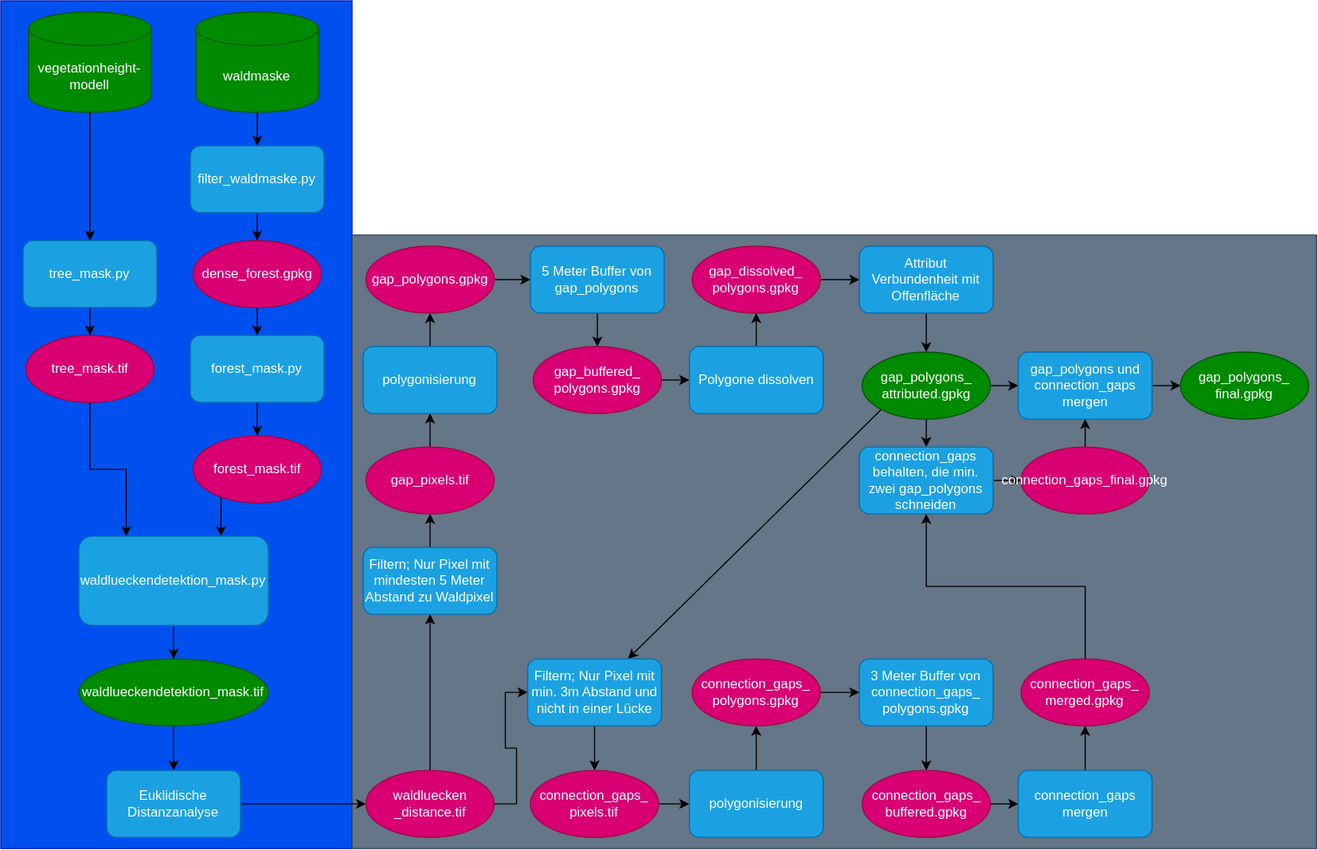
Earlier version of the draw.io export Lueckendetektion_scripts.drawio.svg (liobio72/Lueckendetektion). Source tidied: cells renumbered, new cells last; positions are measured from the earlier drawing's top-left corner, leaving out a move shared by most shapes.
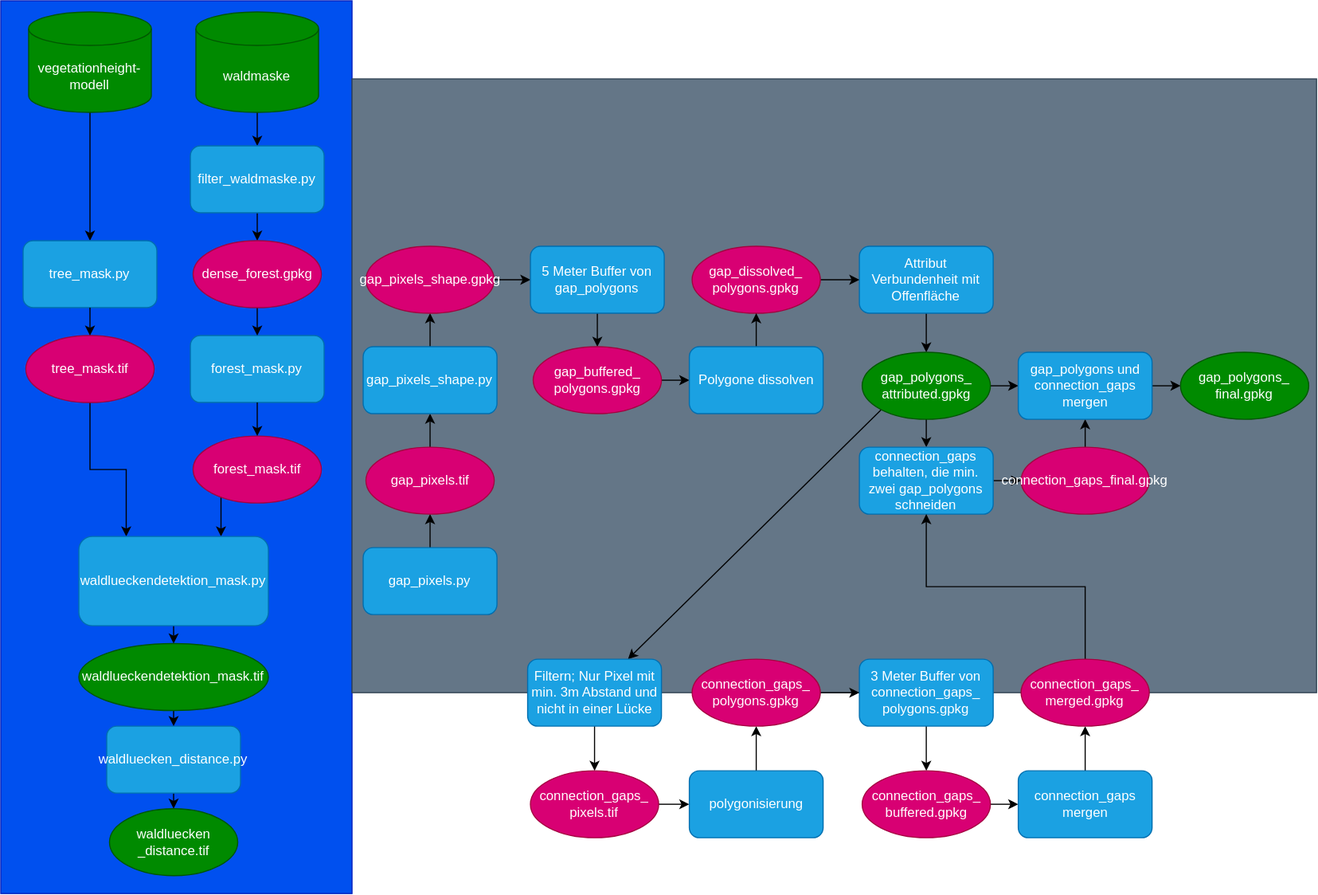
The same diagram one commit later.

Change to the diagram source:
```diff
@@ -3,10 +3,10 @@
     <mxCell id="0" />
     <mxCell id="1" parent="0" />
     <mxCell id="2" style="rounded=0;whiteSpace=wrap;html=1;fillColor=#0050ef;strokeColor=#001DBC;fontColor=#ffffff;" parent="1" vertex="1">
-      <mxGeometry x="330" width="315" height="760" as="geometry" />
+      <mxGeometry x="330" width="315" height="800" as="geometry" />
     </mxCell>
     <mxCell id="3" style="rounded=0;whiteSpace=wrap;html=1;fillColor=#647687;strokeColor=#314354;fontColor=#ffffff;" parent="1" vertex="1">
-      <mxGeometry x="645" y="210" width="865" height="550" as="geometry" />
+      <mxGeometry x="645" y="70" width="865" height="550" as="geometry" />
     </mxCell>
     <mxCell id="4" style="edgeStyle=orthogonalEdgeStyle;rounded=0;jettySize=auto;html=1;exitX=0.5;exitY=1;exitDx=0;exitDy=0;exitPerimeter=0;entryX=0.5;entryY=0;entryDx=0;entryDy=0;" parent="1" edge="1" source="5" target="15">
       <mxGeometry relative="1" as="geometry" />
@@ -56,25 +56,19 @@
     <mxCell id="19" value="waldlueckendetektion_mask.py" style="rounded=1;whiteSpace=wrap;html=1;fillColor=#1ba1e2;fontColor=#ffffff;strokeColor=#006EAF;" parent="1" vertex="1">
       <mxGeometry x="400" y="480" width="170" height="80" as="geometry" />
     </mxCell>
-    <mxCell id="20" style="edgeStyle=orthogonalEdgeStyle;rounded=0;jettySize=auto;html=1;exitX=1;exitY=0.5;exitDx=0;exitDy=0;entryX=0;entryY=0.5;entryDx=0;entryDy=0;" parent="1" edge="1" source="21" target="24">
+    <mxCell id="20" style="edgeStyle=orthogonalEdgeStyle;rounded=0;jettySize=auto;html=1;exitX=0.5;exitY=1;exitDx=0;exitDy=0;entryX=0.5;entryY=0;entryDx=0;entryDy=0;" parent="1" edge="1" source="21" target="24">
       <mxGeometry relative="1" as="geometry" />
     </mxCell>
-    <mxCell id="21" value="Euklidische Distanzanalyse" style="rounded=1;whiteSpace=wrap;html=1;fillColor=#1ba1e2;fontColor=#ffffff;strokeColor=#006EAF;" parent="1" vertex="1">
-      <mxGeometry x="425" y="690" width="120" height="60" as="geometry" />
+    <mxCell id="21" value="waldluecken_distance.py" style="rounded=1;whiteSpace=wrap;html=1;fillColor=#1ba1e2;fontColor=#ffffff;strokeColor=#006EAF;" parent="1" vertex="1">
+      <mxGeometry x="425" y="650" width="120" height="60" as="geometry" />
     </mxCell>
-    <mxCell id="22" style="edgeStyle=orthogonalEdgeStyle;rounded=0;jettySize=auto;html=1;exitX=0.5;exitY=0;exitDx=0;exitDy=0;entryX=0.5;entryY=1;entryDx=0;entryDy=0;" parent="1" edge="1" source="24" target="26">
-      <mxGeometry relative="1" as="geometry" />
-    </mxCell>
-    <mxCell id="23" style="edgeStyle=orthogonalEdgeStyle;rounded=0;jettySize=auto;html=1;exitX=1;exitY=0.5;exitDx=0;exitDy=0;entryX=0;entryY=0.5;entryDx=0;entryDy=0;" parent="1" edge="1" source="24" target="54">
-      <mxGeometry relative="1" as="geometry" />
-    </mxCell>
-    <mxCell id="24" value="waldluecken&lt;div&gt;_distance.tif&lt;/div&gt;" style="ellipse;whiteSpace=wrap;html=1;fillColor=#d80073;fontColor=#ffffff;strokeColor=#A50040;" parent="1" vertex="1">
-      <mxGeometry x="657.5" y="690" width="115" height="60" as="geometry" />
+    <mxCell id="24" value="waldluecken&lt;div&gt;_distance.tif&lt;/div&gt;" style="ellipse;whiteSpace=wrap;html=1;fillColor=#008a00;fontColor=#ffffff;strokeColor=#005700;" parent="1" vertex="1">
+      <mxGeometry x="427.5" y="724" width="115" height="60" as="geometry" />
     </mxCell>
     <mxCell id="25" style="edgeStyle=orthogonalEdgeStyle;rounded=0;jettySize=auto;html=1;exitX=0.5;exitY=0;exitDx=0;exitDy=0;entryX=0.5;entryY=1;entryDx=0;entryDy=0;" parent="1" edge="1" source="26" target="28">
       <mxGeometry relative="1" as="geometry" />
     </mxCell>
-    <mxCell id="26" value="Filtern; Nur Pixel mit mindesten 5 Meter Abstand zu Waldpixel" style="rounded=1;whiteSpace=wrap;html=1;fillColor=#1ba1e2;fontColor=#ffffff;strokeColor=#006EAF;" parent="1" vertex="1">
+    <mxCell id="26" value="gap_pixels.py" style="rounded=1;whiteSpace=wrap;html=1;fillColor=#1ba1e2;fontColor=#ffffff;strokeColor=#006EAF;" parent="1" vertex="1">
       <mxGeometry x="655" y="490" width="120" height="60" as="geometry" />
     </mxCell>
     <mxCell id="27" style="edgeStyle=orthogonalEdgeStyle;rounded=0;jettySize=auto;html=1;exitX=0.5;exitY=0;exitDx=0;exitDy=0;entryX=0.5;entryY=1;entryDx=0;entryDy=0;" parent="1" edge="1" source="28" target="30">
@@ -86,13 +80,13 @@
     <mxCell id="29" style="edgeStyle=orthogonalEdgeStyle;rounded=0;jettySize=auto;html=1;exitX=0.5;exitY=0;exitDx=0;exitDy=0;entryX=0.5;entryY=1;entryDx=0;entryDy=0;" parent="1" edge="1" source="30" target="32">
       <mxGeometry relative="1" as="geometry" />
     </mxCell>
-    <mxCell id="30" value="polygonisierung" style="rounded=1;whiteSpace=wrap;html=1;fillColor=#1ba1e2;fontColor=#ffffff;strokeColor=#006EAF;" parent="1" vertex="1">
+    <mxCell id="30" value="gap_pixels_shape.py" style="rounded=1;whiteSpace=wrap;html=1;fillColor=#1ba1e2;fontColor=#ffffff;strokeColor=#006EAF;" parent="1" vertex="1">
       <mxGeometry x="655" y="310" width="120" height="60" as="geometry" />
     </mxCell>
     <mxCell id="31" style="edgeStyle=orthogonalEdgeStyle;rounded=0;jettySize=auto;html=1;exitX=1;exitY=0.5;exitDx=0;exitDy=0;entryX=0;entryY=0.5;entryDx=0;entryDy=0;" parent="1" edge="1" source="32" target="34">
       <mxGeometry relative="1" as="geometry" />
     </mxCell>
-    <mxCell id="32" value="gap_polygons.gpkg" style="ellipse;whiteSpace=wrap;html=1;fillColor=#d80073;fontColor=#ffffff;strokeColor=#A50040;" parent="1" vertex="1">
+    <mxCell id="32" value="gap_pixels_shape.gpkg" style="ellipse;whiteSpace=wrap;html=1;fillColor=#d80073;fontColor=#ffffff;strokeColor=#A50040;" parent="1" vertex="1">
       <mxGeometry x="657.5" y="220" width="115" height="60" as="geometry" />
     </mxCell>
     <mxCell id="33" style="edgeStyle=orthogonalEdgeStyle;rounded=0;jettySize=auto;html=1;exitX=0.5;exitY=1;exitDx=0;exitDy=0;entryX=0.5;entryY=0;entryDx=0;entryDy=0;" parent="1" edge="1" source="34" target="36">
@@ -111,7 +105,7 @@
       <mxGeometry relative="1" as="geometry" />
     </mxCell>
     <mxCell id="38" value="waldlueckendetektion_&lt;span style=&quot;background-color: transparent; color: light-dark(rgb(255, 255, 255), rgb(18, 18, 18));&quot;&gt;mask.tif&lt;/span&gt;" style="ellipse;whiteSpace=wrap;html=1;fillColor=#008a00;fontColor=#ffffff;strokeColor=#005700;" parent="1" vertex="1">
-      <mxGeometry x="400" y="590" width="170" height="60" as="geometry" />
+      <mxGeometry x="400" y="576" width="170" height="60" as="geometry" />
     </mxCell>
     <mxCell id="39" style="edgeStyle=orthogonalEdgeStyle;rounded=0;jettySize=auto;html=1;exitX=0.5;exitY=1;exitDx=0;exitDy=0;entryX=0.5;entryY=0;entryDx=0;entryDy=0;" parent="1" edge="1" source="40" target="48">
       <mxGeometry relative="1" as="geometry" />
```
